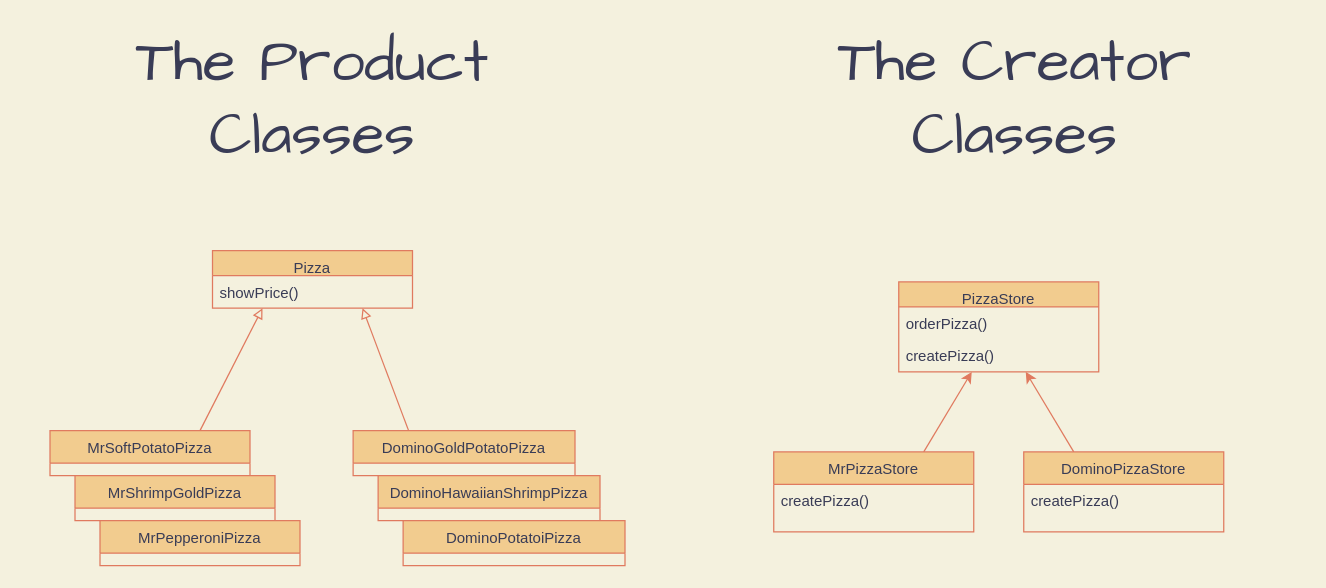
Above: page "fp1" (4 of 6) of ProgrammingLanguage/KwPl/ClassDiagram.drawio in geoje/KwUniversity (draw.io), before the change. Source tidied: cells renumbered, new cells numbered last; positions are measured from the earlier drawing's top-left corner, leaving out a move shared by most shapes. Both pictures are drawn from the tidied source at 125%, with x=0, y=0 at pixel (21, 36).
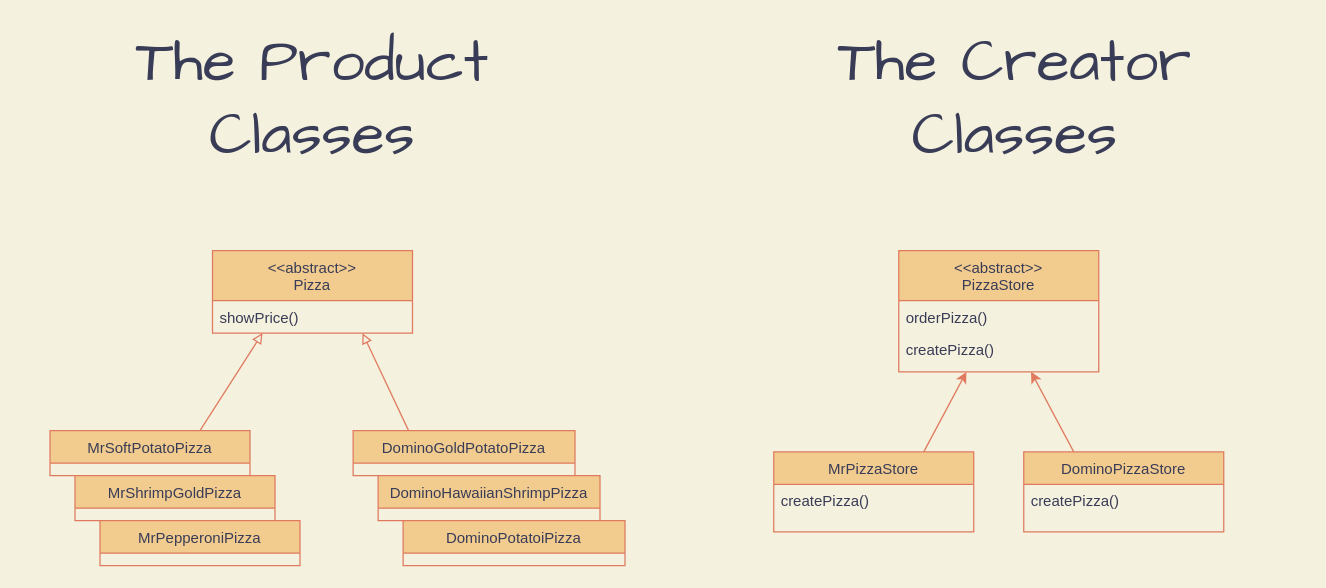
The same page after the edit.

The edit, as a diff of the source:
```diff
@@
-    <mxCell id="2" value="Pizza" style="swimlane;fontStyle=0;align=center;verticalAlign=top;horizontal=1;startSize=20;shadow=0;strokeWidth=1;fillColor=#F2CC8F;strokeColor=#E07A5F;fontColor=#393C56;labelBackgroundColor=none;swimlaneLine=1;rounded=0;glass=0;swimlaneFillColor=none;" parent="1" vertex="1">
-      <mxGeometry x="152.5" y="171" width="160" height="46" as="geometry" />
+    <mxCell id="2" value="&lt;&lt;abstract&gt;&gt;&#10;Pizza" style="swimlane;fontStyle=0;align=center;verticalAlign=top;horizontal=1;startSize=40;shadow=0;strokeWidth=1;fillColor=#F2CC8F;strokeColor=#E07A5F;fontColor=#393C56;labelBackgroundColor=none;swimlaneLine=1;rounded=0;glass=0;swimlaneFillColor=none;" parent="1" vertex="1">
+      <mxGeometry x="152.5" y="171" width="160" height="66" as="geometry" />
     </mxCell>
     <mxCell id="3" value="showPrice()" style="text;align=left;verticalAlign=top;spacingLeft=4;spacingRight=4;overflow=hidden;fontColor=#393C56;" parent="2" vertex="1">
-      <mxGeometry y="20" width="160" height="26" as="geometry" />
+      <mxGeometry y="40" width="160" height="26" as="geometry" />
     </mxCell>
@@
-    <mxCell id="6" value="PizzaStore" style="swimlane;fontStyle=0;align=center;verticalAlign=top;horizontal=1;startSize=20;shadow=0;strokeWidth=1;fillColor=#F2CC8F;strokeColor=#E07A5F;fontColor=#393C56;" parent="1" vertex="1">
-      <mxGeometry x="701.5" y="196" width="160" height="72" as="geometry" />
+    <mxCell id="6" value="&lt;&lt;abstract&gt;&gt;&#10;PizzaStore" style="swimlane;fontStyle=0;align=center;verticalAlign=top;horizontal=1;startSize=40;shadow=0;strokeWidth=1;fillColor=#F2CC8F;strokeColor=#E07A5F;fontColor=#393C56;" parent="1" vertex="1">
+      <mxGeometry x="701.5" y="171" width="160" height="97" as="geometry" />
     </mxCell>
     <mxCell id="7" value="orderPizza()" style="text;align=left;verticalAlign=top;spacingLeft=4;spacingRight=4;overflow=hidden;fontColor=#393C56;" parent="6" vertex="1">
-      <mxGeometry y="20" width="160" height="26" as="geometry" />
+      <mxGeometry y="40" width="160" height="26" as="geometry" />
     </mxCell>
     <mxCell id="8" value="createPizza()" style="text;align=left;verticalAlign=top;spacingLeft=4;spacingRight=4;overflow=hidden;fontColor=#393C56;" parent="6" vertex="1">
-      <mxGeometry y="46" width="160" height="26" as="geometry" />
+      <mxGeometry y="66" width="160" height="26" as="geometry" />
     </mxCell>
```
